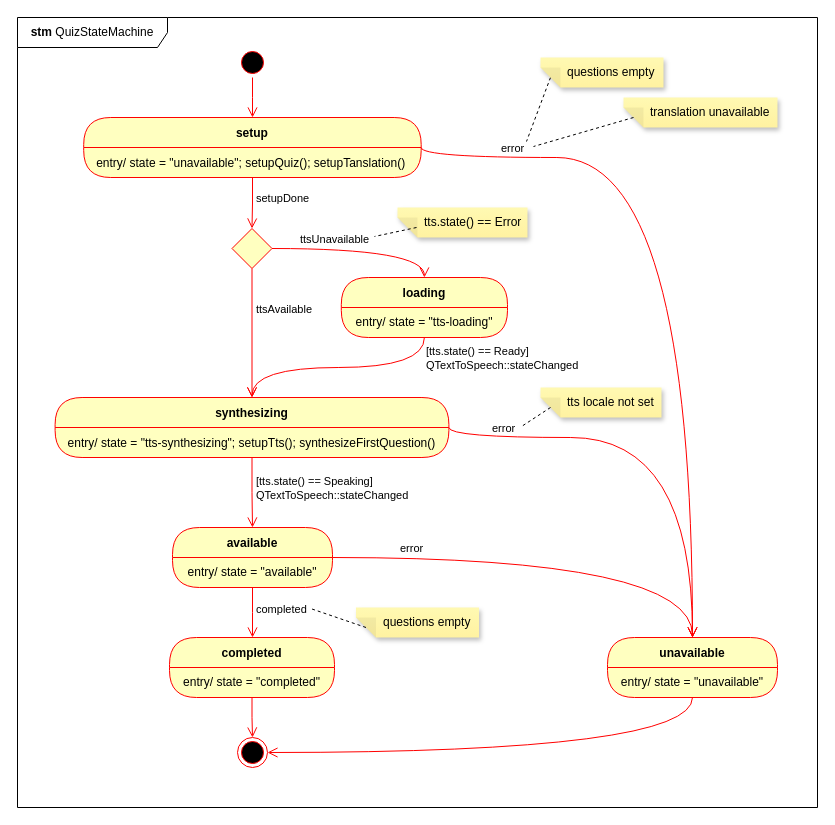
xnelma/oral-times-tables-quiz keeps this draw.io diagram as doc/quiz-state-machine.drawio. Above is the earlier version. Source tidied: cells renumbered, new cells numbered last; positions are measured from the earlier drawing's top-left corner, leaving out a move shared by most shapes. Both pictures are drawn from the tidied source at 100%, with x=0, y=0 at pixel (17, 17).
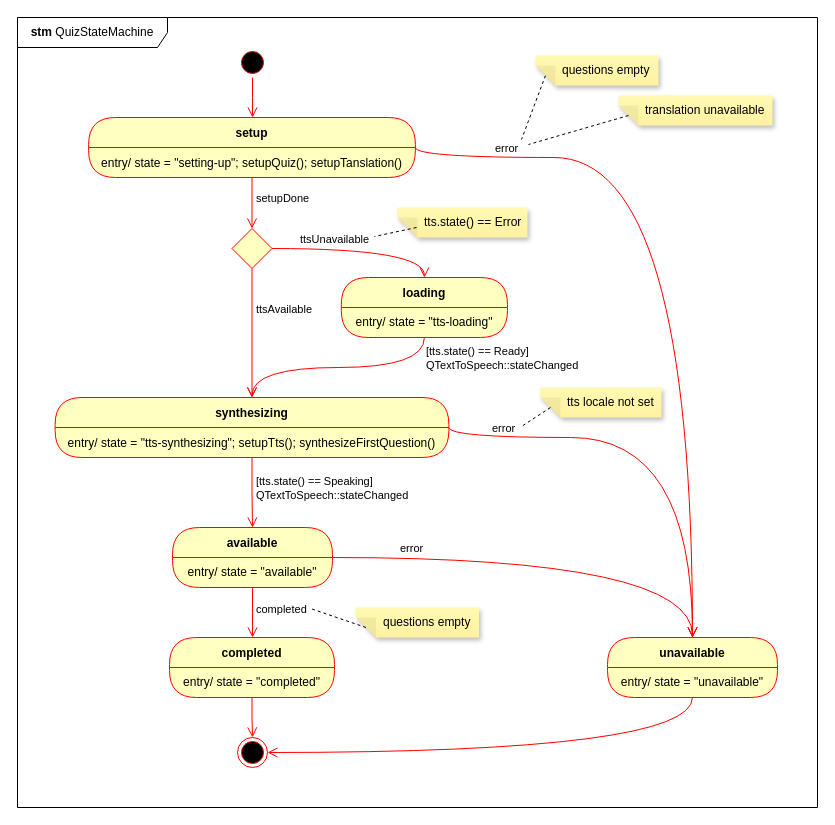
After the change.

Commit message (it also covers changes not shown here):
chore: update state diagram for added ui state 'setting-up'

Unchanged cells that the change refers to:
```xml
<mxCell id="27" value="unavailable" style="swimlane;fontStyle=1;align=center;verticalAlign=middle;horizontal=1;startSize=30;fontColor=#000000;rounded=1;arcSize=30;strokeColor=#ff0000;fillColor=#ffffc0;swimlaneFillColor=#ffffc0;" parent="1" vertex="1">
  <mxGeometry x="590" y="620" width="170" height="60" as="geometry" />
</mxCell>
```

Diff of the diagram source:
```diff
@@
     <mxCell id="4" value="setup" style="swimlane;fontStyle=1;align=center;verticalAlign=middle;horizontal=1;startSize=30;fontColor=#000000;rounded=1;arcSize=30;strokeColor=#ff0000;fillColor=#ffffc0;swimlaneFillColor=#ffffc0;" parent="1" vertex="1">
-      <mxGeometry x="66.2" y="100" width="337.5" height="60" as="geometry" />
+      <mxGeometry x="71.1" y="100" width="326.8" height="60" as="geometry" />
     </mxCell>
-    <mxCell id="5" value="entry/ state = &quot;unavailable&quot;; setupQuiz(); setupTanslation()" style="text;strokeColor=none;fillColor=none;align=left;verticalAlign=middle;spacingLeft=11;spacingRight=4;overflow=hidden;fontColor=#000000;" parent="4" vertex="1">
-      <mxGeometry y="30" width="337.5" height="30" as="geometry" />
+    <mxCell id="5" value="entry/ state = &quot;setting-up&quot;; setupQuiz(); setupTanslation()" style="text;strokeColor=none;fillColor=none;align=left;verticalAlign=middle;spacingLeft=11;spacingRight=4;overflow=hidden;fontColor=#000000;" parent="4" vertex="1">
+      <mxGeometry y="30" width="326.8" height="30" as="geometry" />
     </mxCell>
@@
     <mxCell id="30" value="error" style="edgeStyle=orthogonalEdgeStyle;html=1;align=left;verticalAlign=bottom;endArrow=open;endSize=8;strokeColor=#ff0000;rounded=0;exitX=1;exitY=0;exitDx=0;exitDy=0;entryX=0.5;entryY=0;entryDx=0;entryDy=0;curved=1;" parent="1" edge="1" source="5" target="27">
       <mxGeometry x="-0.77" relative="1" as="geometry">
         <Array as="points">
-          <mxPoint x="404" y="140" />
+          <mxPoint x="398" y="140" />
           <mxPoint x="675" y="140" />
         </Array>
       </mxGeometry>
     </mxCell>
@@
     <mxCell id="33" value="translation unavailable" style="shape=note;whiteSpace=wrap;html=1;backgroundOutline=1;fontColor=#000000;darkOpacity=0.05;fillColor=#FFF9B2;strokeColor=none;fillStyle=solid;direction=west;gradientDirection=north;gradientColor=#FFF2A1;shadow=1;size=20;align=left;spacingLeft=25;" parent="1" vertex="1">
-      <mxGeometry x="606" y="80" width="154" height="30" as="geometry" />
+      <mxGeometry x="601" y="78" width="154" height="30" as="geometry" />
     </mxCell>
     <mxCell id="34" style="rounded=0;jettySize=auto;html=1;exitX=0;exitY=0;exitDx=113;exitDy=10;exitPerimeter=0;endArrow=none;endFill=0;dashed=1;" parent="1" edge="1" source="35">
       <mxGeometry relative="1" as="geometry">
-        <mxPoint x="509" y="124" as="targetPoint" />
+        <mxPoint x="504" y="122" as="targetPoint" />
       </mxGeometry>
     </mxCell>
     <mxCell id="35" value="questions empty" style="shape=note;whiteSpace=wrap;html=1;backgroundOutline=1;fontColor=#000000;darkOpacity=0.05;fillColor=#FFF9B2;strokeColor=none;fillStyle=solid;direction=west;gradientDirection=north;gradientColor=#FFF2A1;shadow=1;size=20;align=left;spacingLeft=25;" parent="1" vertex="1">
-      <mxGeometry x="523" y="40" width="123" height="30" as="geometry" />
+      <mxGeometry x="518" y="38" width="123" height="30" as="geometry" />
     </mxCell>
     <mxCell id="36" style="rounded=0;jettySize=auto;html=1;exitX=0;exitY=0;exitDx=144;exitDy=10;exitPerimeter=0;endArrow=none;endFill=0;dashed=1;" parent="1" edge="1" source="33">
       <mxGeometry relative="1" as="geometry">
-        <mxPoint x="516" y="129" as="targetPoint" />
+        <mxPoint x="511" y="127" as="targetPoint" />
       </mxGeometry>
     </mxCell>
```
